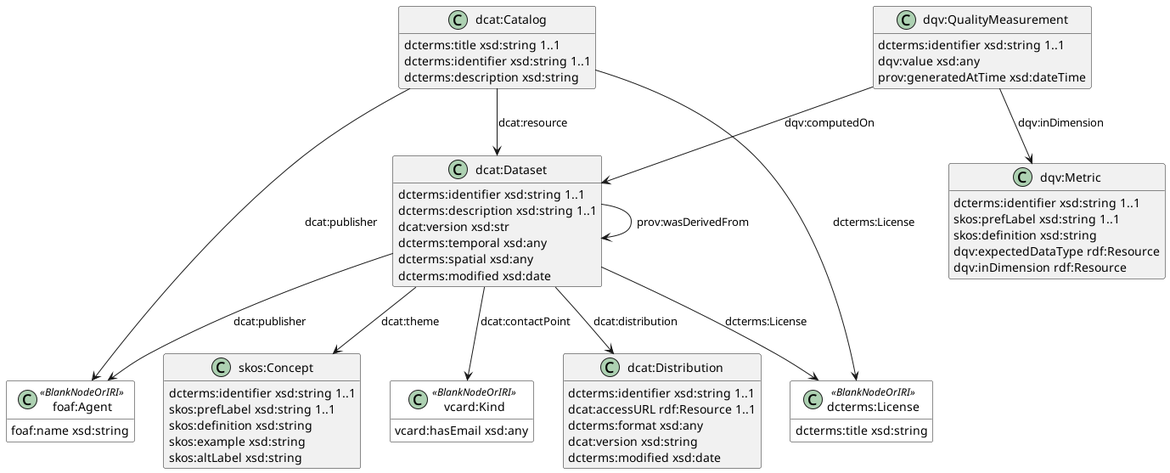
Above: out/documentation/datamodel/datamodel.png in ines-tools/SimpleMDDataCatalog (PlantUML), before the change.
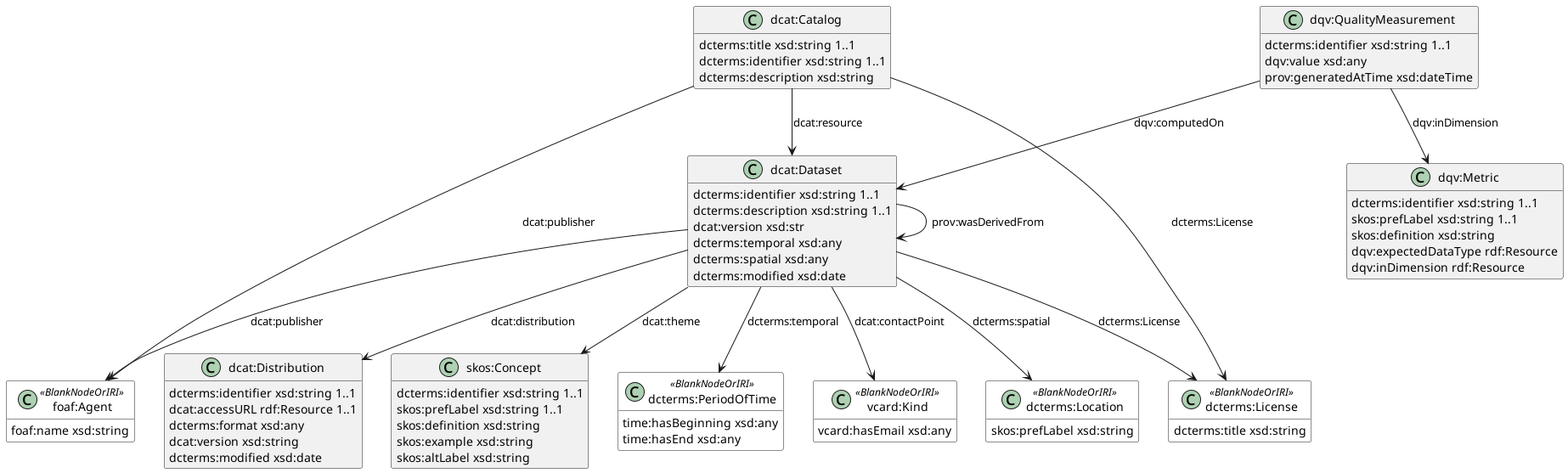
Above is the later version.

What changed in the source:
```diff
@@ -32,6 +32,10 @@
     vcard:hasEmail xsd:any
 }
 
+class "dcterms:Location" as location <<BlankNodeOrIRI>>{
+    skos:prefLabel xsd:string
+}
+
 class "dcat:Distribution" as distribution {
     dcterms:identifier xsd:string 1..1
     dcat:accessURL rdf:Resource 1..1
@@ -58,6 +62,11 @@
     dqv:inDimension rdf:Resource
 }
 
+class "dcterms:PeriodOfTime" as periodoftime <<BlankNodeOrIRI>>{
+    time:hasBeginning xsd:any
+    time:hasEnd xsd:any
+}
+
 class "dqv:QualityMeasurement" as qualitymeasurement {
     dcterms:identifier xsd:string 1..1
     dqv:value xsd:any
@@ -71,6 +80,8 @@
 dataset --> agent :"dcat:publisher"
 dataset --> kind : "dcat:contactPoint"
 dataset --> license :"dcterms:License"
+dataset -->periodoftime : "dcterms:temporal"
+dataset --> location : "dcterms:spatial"
 
 qualitymeasurement --> dataset : "dqv:computedOn"
 qualitymeasurement --> metric : "dqv:inDimension"
```
